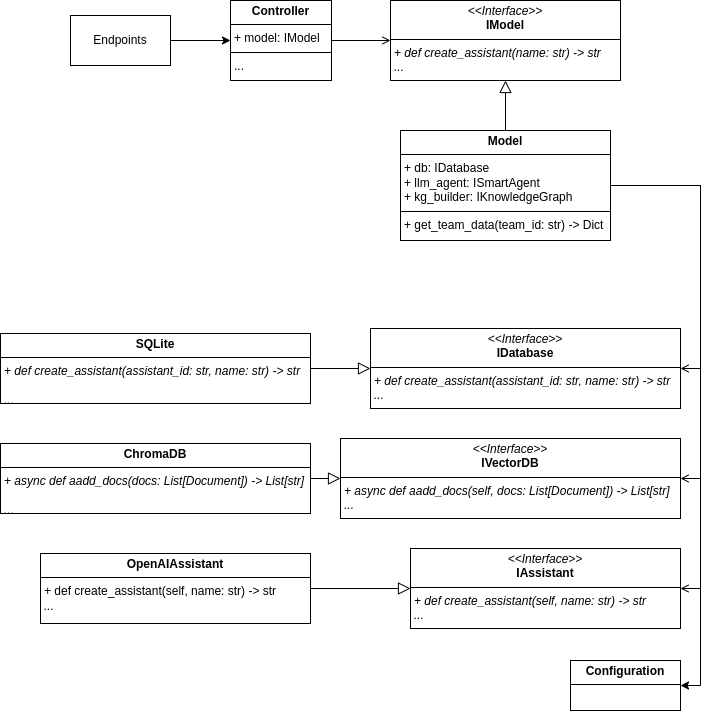
The draw.io diagram GitHub_analyzer_code_struct.png in aakhterov/github-repo-analyzer-assistant, before a commit. Source tidied: cells renumbered, new cells last; positions are measured from the earlier drawing's top-left corner, leaving out a move shared by most shapes. Its diagram source:
```xml
<mxGraphModel>
  <root>
    <mxCell id="0" />
    <mxCell id="1" parent="0" />
    <mxCell id="2" value="&lt;p style=&quot;margin:0px;margin-top:4px;text-align:center;&quot;&gt;&lt;b&gt;Controller&lt;/b&gt;&lt;/p&gt;&lt;hr size=&quot;1&quot; style=&quot;border-style:solid;&quot;&gt;&lt;p style=&quot;margin:0px;margin-left:4px;&quot;&gt;+ model: IModel&lt;/p&gt;&lt;hr size=&quot;1&quot; style=&quot;border-style:solid;&quot;&gt;&lt;p style=&quot;margin:0px;margin-left:4px;&quot;&gt;...&lt;/p&gt;" style="verticalAlign=top;align=left;overflow=fill;html=1;whiteSpace=wrap;" parent="1" vertex="1">
      <mxGeometry x="230" width="101" height="80" as="geometry" />
    </mxCell>
    <mxCell id="3" value="&lt;p style=&quot;margin:0px;margin-top:4px;text-align:center;&quot;&gt;&lt;i&gt;&amp;lt;&amp;lt;Interface&amp;gt;&amp;gt;&lt;/i&gt;&lt;br&gt;&lt;b&gt;IModel&lt;/b&gt;&lt;/p&gt;&lt;hr size=&quot;1&quot; style=&quot;border-style:solid;&quot;&gt;&lt;p style=&quot;margin:0px;margin-left:4px;&quot;&gt;&lt;i&gt;+&amp;nbsp;&lt;/i&gt;&lt;span style=&quot;background-color: transparent;&quot;&gt;&lt;i&gt;def create_assistant(name: str) -&amp;gt; str&lt;/i&gt;&lt;/span&gt;&lt;/p&gt;&lt;p style=&quot;margin:0px;margin-left:4px;&quot;&gt;&lt;i&gt;...&lt;/i&gt;&lt;/p&gt;" style="verticalAlign=top;align=left;overflow=fill;html=1;whiteSpace=wrap;" parent="1" vertex="1">
      <mxGeometry x="390" width="230" height="80" as="geometry" />
    </mxCell>
    <mxCell id="4" style="edgeStyle=orthogonalEdgeStyle;rounded=0;jettySize=auto;html=1;entryX=0.5;entryY=1;entryDx=0;entryDy=0;endArrow=block;endFill=0;endSize=10;exitX=0.5;exitY=0;exitDx=0;exitDy=0;" parent="1" edge="1" source="16" target="3">
      <mxGeometry relative="1" as="geometry" />
    </mxCell>
    <mxCell id="5" value="&lt;p style=&quot;margin:0px;margin-top:4px;text-align:center;&quot;&gt;&lt;i&gt;&amp;lt;&amp;lt;Interface&amp;gt;&amp;gt;&lt;/i&gt;&lt;br&gt;&lt;b&gt;IDatabase&lt;/b&gt;&lt;/p&gt;&lt;hr size=&quot;1&quot; style=&quot;border-style:solid;&quot;&gt;&lt;p style=&quot;margin:0px;margin-left:4px;&quot;&gt;&lt;i&gt;+&amp;nbsp;&lt;/i&gt;&lt;span style=&quot;background-color: transparent;&quot;&gt;&lt;i&gt;def create_assistant(&lt;/i&gt;&lt;/span&gt;&lt;i style=&quot;background-color: transparent; color: light-dark(rgb(0, 0, 0), rgb(255, 255, 255));&quot;&gt;assistant_id: str,&amp;nbsp;&lt;/i&gt;&lt;i style=&quot;background-color: transparent; color: light-dark(rgb(0, 0, 0), rgb(255, 255, 255));&quot;&gt;name: str&lt;/i&gt;&lt;i style=&quot;background-color: transparent; color: light-dark(rgb(0, 0, 0), rgb(255, 255, 255));&quot;&gt;) -&amp;gt; str&lt;/i&gt;&lt;/p&gt;&lt;p style=&quot;margin:0px;margin-left:4px;&quot;&gt;&lt;i&gt;...&lt;/i&gt;&lt;/p&gt;" style="verticalAlign=top;align=left;overflow=fill;html=1;whiteSpace=wrap;" parent="1" vertex="1">
      <mxGeometry x="370" y="328" width="310" height="80" as="geometry" />
    </mxCell>
    <mxCell id="6" value="&lt;p style=&quot;margin:0px;margin-top:4px;text-align:center;&quot;&gt;&lt;b&gt;SQLite&lt;/b&gt;&lt;/p&gt;&lt;hr size=&quot;1&quot; style=&quot;border-style:solid;&quot;&gt;&lt;p style=&quot;margin:0px;margin-left:4px;&quot;&gt;&lt;/p&gt;&lt;p style=&quot;margin: 0px 0px 0px 4px;&quot;&gt;&lt;i&gt;+ def create_assistant(assistant_id: str, name: str) -&amp;gt; str&lt;/i&gt;&lt;/p&gt;&lt;p style=&quot;margin: 0px 0px 0px 4px;&quot;&gt;&lt;i&gt;&lt;br&gt;&lt;/i&gt;&lt;/p&gt;&lt;p style=&quot;margin: 0px 0px 0px 4px;&quot;&gt;&lt;i&gt;...&lt;/i&gt;&lt;/p&gt;" style="verticalAlign=top;align=left;overflow=fill;html=1;whiteSpace=wrap;" parent="1" vertex="1">
      <mxGeometry y="333" width="310" height="70" as="geometry" />
    </mxCell>
    <mxCell id="7" style="edgeStyle=orthogonalEdgeStyle;rounded=0;jettySize=auto;html=1;entryX=0;entryY=0.5;entryDx=0;entryDy=0;endArrow=block;endFill=0;endSize=10;exitX=1;exitY=0.5;exitDx=0;exitDy=0;" parent="1" edge="1" source="6" target="5">
      <mxGeometry relative="1" as="geometry" />
    </mxCell>
    <mxCell id="8" value="&lt;p style=&quot;margin:0px;margin-top:4px;text-align:center;&quot;&gt;&lt;i&gt;&amp;lt;&amp;lt;Interface&amp;gt;&amp;gt;&lt;/i&gt;&lt;br&gt;&lt;b&gt;IVectorDB&lt;/b&gt;&lt;/p&gt;&lt;hr size=&quot;1&quot; style=&quot;border-style:solid;&quot;&gt;&lt;p style=&quot;margin:0px;margin-left:4px;&quot;&gt;&lt;i&gt;+&amp;nbsp;&lt;/i&gt;&lt;span style=&quot;background-color: transparent;&quot;&gt;&lt;i&gt;async def aadd_docs(self, docs: List[Document]) -&amp;gt; List[str]&lt;/i&gt;&lt;/span&gt;&lt;/p&gt;&lt;p style=&quot;margin:0px;margin-left:4px;&quot;&gt;&lt;i&gt;...&lt;/i&gt;&lt;/p&gt;" style="verticalAlign=top;align=left;overflow=fill;html=1;whiteSpace=wrap;" parent="1" vertex="1">
      <mxGeometry x="340" y="438" width="340" height="80" as="geometry" />
    </mxCell>
    <mxCell id="9" value="&lt;p style=&quot;text-align: center; margin: 4px 0px 0px;&quot;&gt;&lt;b&gt;ChromaDB&lt;/b&gt;&lt;/p&gt;&lt;hr size=&quot;1&quot; style=&quot;border-style:solid;&quot;&gt;&lt;p style=&quot;margin:0px;margin-left:4px;&quot;&gt;&lt;/p&gt;&lt;p style=&quot;margin: 0px 0px 0px 4px;&quot;&gt;&lt;i&gt;+ async def aadd_docs(docs: List[Document]) -&amp;gt; List[str]&lt;/i&gt;&lt;/p&gt;&lt;p style=&quot;margin: 0px 0px 0px 4px;&quot;&gt;&lt;i&gt;&lt;br&gt;&lt;/i&gt;&lt;/p&gt;&lt;p style=&quot;margin: 0px 0px 0px 4px;&quot;&gt;&lt;i&gt;...&lt;/i&gt;&lt;/p&gt;" style="verticalAlign=top;align=left;overflow=fill;html=1;whiteSpace=wrap;" parent="1" vertex="1">
      <mxGeometry y="443" width="310" height="70" as="geometry" />
    </mxCell>
    <mxCell id="10" style="edgeStyle=orthogonalEdgeStyle;rounded=0;jettySize=auto;html=1;entryX=0;entryY=0.5;entryDx=0;entryDy=0;endArrow=block;endFill=0;endSize=10;exitX=1;exitY=0.5;exitDx=0;exitDy=0;" parent="1" edge="1" source="9" target="8">
      <mxGeometry relative="1" as="geometry" />
    </mxCell>
    <mxCell id="11" value="&lt;p style=&quot;margin:0px;margin-top:4px;text-align:center;&quot;&gt;&lt;i&gt;&amp;lt;&amp;lt;Interface&amp;gt;&amp;gt;&lt;/i&gt;&lt;br&gt;&lt;b&gt;IAssistant&lt;/b&gt;&lt;/p&gt;&lt;hr size=&quot;1&quot; style=&quot;border-style:solid;&quot;&gt;&lt;p style=&quot;margin:0px;margin-left:4px;&quot;&gt;&lt;i&gt;+&amp;nbsp;&lt;/i&gt;&lt;span style=&quot;background-color: transparent;&quot;&gt;&lt;i&gt;def create_assistant(self, name: str) -&amp;gt; str&lt;/i&gt;&lt;/span&gt;&lt;/p&gt;&lt;p style=&quot;margin:0px;margin-left:4px;&quot;&gt;&lt;i&gt;...&lt;/i&gt;&lt;/p&gt;" style="verticalAlign=top;align=left;overflow=fill;html=1;whiteSpace=wrap;" parent="1" vertex="1">
      <mxGeometry x="410" y="548" width="270" height="80" as="geometry" />
    </mxCell>
    <mxCell id="12" value="&lt;p style=&quot;text-align: center; margin: 4px 0px 0px;&quot;&gt;&lt;b&gt;OpenAIAssistant&lt;/b&gt;&lt;/p&gt;&lt;hr size=&quot;1&quot; style=&quot;border-style:solid;&quot;&gt;&lt;p style=&quot;margin:0px;margin-left:4px;&quot;&gt;&lt;/p&gt;&lt;p style=&quot;margin: 0px 0px 0px 4px;&quot;&gt;&lt;i&gt;+&amp;nbsp;&lt;/i&gt;&lt;span style=&quot;background-color: transparent;&quot;&gt;def create_assistant(self, name: str) -&amp;gt; str&lt;/span&gt;&lt;/p&gt;&lt;p style=&quot;margin: 0px 0px 0px 4px;&quot;&gt;&lt;i&gt;...&lt;/i&gt;&lt;/p&gt;" style="verticalAlign=top;align=left;overflow=fill;html=1;whiteSpace=wrap;" parent="1" vertex="1">
      <mxGeometry x="40" y="553" width="270" height="70" as="geometry" />
    </mxCell>
    <mxCell id="13" style="edgeStyle=orthogonalEdgeStyle;rounded=0;jettySize=auto;html=1;entryX=0;entryY=0.5;entryDx=0;entryDy=0;endArrow=block;endFill=0;endSize=10;exitX=1;exitY=0.5;exitDx=0;exitDy=0;" parent="1" edge="1" source="12" target="11">
      <mxGeometry relative="1" as="geometry" />
    </mxCell>
    <mxCell id="14" style="edgeStyle=orthogonalEdgeStyle;rounded=0;jettySize=auto;html=1;entryX=1;entryY=0.5;entryDx=0;entryDy=0;endArrow=open;endFill=0;exitX=1;exitY=0.5;exitDx=0;exitDy=0;" parent="1" edge="1" source="16" target="5">
      <mxGeometry relative="1" as="geometry" />
    </mxCell>
    <mxCell id="15" style="edgeStyle=orthogonalEdgeStyle;rounded=0;jettySize=auto;html=1;entryX=1;entryY=0.5;entryDx=0;entryDy=0;exitX=1;exitY=0.5;exitDx=0;exitDy=0;" parent="1" edge="1" source="16" target="22">
      <mxGeometry relative="1" as="geometry" />
    </mxCell>
    <mxCell id="16" value="&lt;p style=&quot;margin:0px;margin-top:4px;text-align:center;&quot;&gt;&lt;b&gt;Model&lt;/b&gt;&lt;/p&gt;&lt;hr size=&quot;1&quot; style=&quot;border-style:solid;&quot;&gt;&lt;p style=&quot;margin:0px;margin-left:4px;&quot;&gt;+ db: IDatabase&lt;/p&gt;&lt;p style=&quot;margin:0px;margin-left:4px;&quot;&gt;+ llm_agent: ISmartAgent&lt;/p&gt;&lt;p style=&quot;margin:0px;margin-left:4px;&quot;&gt;+&amp;nbsp;kg_builder:&amp;nbsp;IKnowledgeGraph&lt;/p&gt;&lt;hr size=&quot;1&quot; style=&quot;border-style:solid;&quot;&gt;&lt;p style=&quot;margin:0px;margin-left:4px;&quot;&gt;+ get_team_data(team_id: str) -&amp;gt; Dict&lt;/p&gt;&lt;p style=&quot;margin:0px;margin-left:4px;&quot;&gt;&lt;span style=&quot;background-color: transparent; color: light-dark(rgb(0, 0, 0), rgb(255, 255, 255));&quot;&gt;...&lt;/span&gt;&lt;/p&gt;" style="verticalAlign=top;align=left;overflow=fill;html=1;whiteSpace=wrap;" parent="1" vertex="1">
      <mxGeometry x="400" y="130" width="210" height="110" as="geometry" />
    </mxCell>
    <mxCell id="17" style="edgeStyle=orthogonalEdgeStyle;rounded=0;jettySize=auto;html=1;entryX=0;entryY=0.5;entryDx=0;entryDy=0;endArrow=open;endFill=0;exitX=1;exitY=0.5;exitDx=0;exitDy=0;" parent="1" edge="1" source="2" target="3">
      <mxGeometry relative="1" as="geometry" />
    </mxCell>
    <mxCell id="18" style="edgeStyle=orthogonalEdgeStyle;rounded=0;jettySize=auto;html=1;entryX=1;entryY=0.5;entryDx=0;entryDy=0;endArrow=open;endFill=0;exitX=1;exitY=0.5;exitDx=0;exitDy=0;" parent="1" edge="1" source="16" target="8">
      <mxGeometry relative="1" as="geometry" />
    </mxCell>
    <mxCell id="19" style="edgeStyle=orthogonalEdgeStyle;rounded=0;jettySize=auto;html=1;entryX=1;entryY=0.5;entryDx=0;entryDy=0;endArrow=open;endFill=0;exitX=1;exitY=0.5;exitDx=0;exitDy=0;" parent="1" edge="1" source="16" target="11">
      <mxGeometry relative="1" as="geometry" />
    </mxCell>
    <mxCell id="20" style="edgeStyle=orthogonalEdgeStyle;rounded=0;jettySize=auto;html=1;entryX=0;entryY=0.5;entryDx=0;entryDy=0;" parent="1" edge="1" source="21" target="2">
      <mxGeometry relative="1" as="geometry" />
    </mxCell>
    <mxCell id="21" value="Endpoints" style="rounded=0;whiteSpace=wrap;html=1;" parent="1" vertex="1">
      <mxGeometry x="70" y="15" width="100" height="50" as="geometry" />
    </mxCell>
    <mxCell id="22" value="&lt;p style=&quot;margin:0px;margin-top:4px;text-align:center;&quot;&gt;&lt;b&gt;Configuration&lt;/b&gt;&lt;/p&gt;&lt;hr size=&quot;1&quot; style=&quot;border-style:solid;&quot;&gt;&lt;p style=&quot;margin:0px;margin-left:4px;&quot;&gt;&lt;/p&gt;&lt;p style=&quot;margin:0px;margin-left:4px;&quot;&gt;&lt;br&gt;&lt;/p&gt;" style="verticalAlign=top;align=left;overflow=fill;html=1;whiteSpace=wrap;" parent="1" vertex="1">
      <mxGeometry x="570" y="660" width="110" height="50" as="geometry" />
    </mxCell>
  </root>
</mxGraphModel>
```
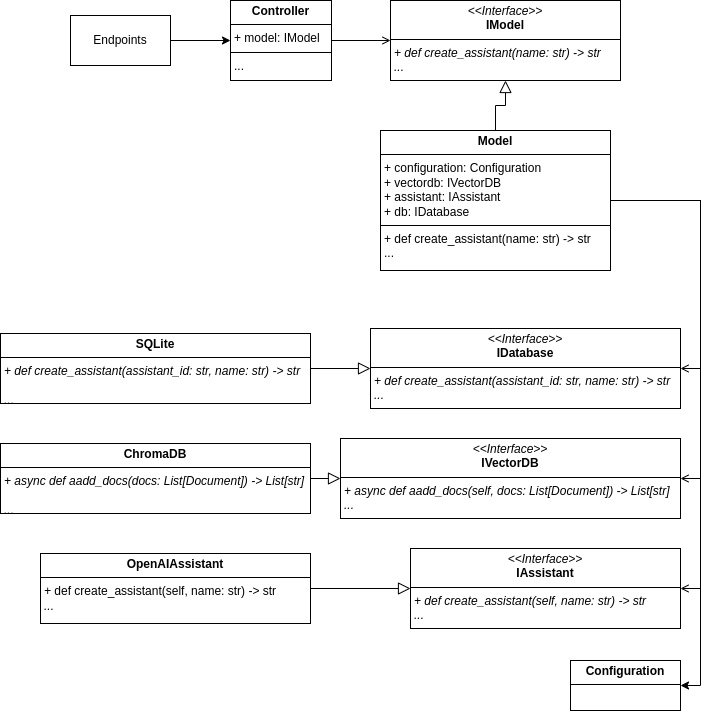
After the commit.

Diff of the diagram source:
```diff
@@ -44,8 +44,8 @@
     <mxCell id="15" style="edgeStyle=orthogonalEdgeStyle;rounded=0;jettySize=auto;html=1;entryX=1;entryY=0.5;entryDx=0;entryDy=0;exitX=1;exitY=0.5;exitDx=0;exitDy=0;" parent="1" edge="1" source="16" target="22">
       <mxGeometry relative="1" as="geometry" />
     </mxCell>
-    <mxCell id="16" value="&lt;p style=&quot;margin:0px;margin-top:4px;text-align:center;&quot;&gt;&lt;b&gt;Model&lt;/b&gt;&lt;/p&gt;&lt;hr size=&quot;1&quot; style=&quot;border-style:solid;&quot;&gt;&lt;p style=&quot;margin:0px;margin-left:4px;&quot;&gt;+ db: IDatabase&lt;/p&gt;&lt;p style=&quot;margin:0px;margin-left:4px;&quot;&gt;+ llm_agent: ISmartAgent&lt;/p&gt;&lt;p style=&quot;margin:0px;margin-left:4px;&quot;&gt;+&amp;nbsp;kg_builder:&amp;nbsp;IKnowledgeGraph&lt;/p&gt;&lt;hr size=&quot;1&quot; style=&quot;border-style:solid;&quot;&gt;&lt;p style=&quot;margin:0px;margin-left:4px;&quot;&gt;+ get_team_data(team_id: str) -&amp;gt; Dict&lt;/p&gt;&lt;p style=&quot;margin:0px;margin-left:4px;&quot;&gt;&lt;span style=&quot;background-color: transparent; color: light-dark(rgb(0, 0, 0), rgb(255, 255, 255));&quot;&gt;...&lt;/span&gt;&lt;/p&gt;" style="verticalAlign=top;align=left;overflow=fill;html=1;whiteSpace=wrap;" parent="1" vertex="1">
-      <mxGeometry x="400" y="130" width="210" height="110" as="geometry" />
+    <mxCell id="16" value="&lt;p style=&quot;margin:0px;margin-top:4px;text-align:center;&quot;&gt;&lt;b&gt;Model&lt;/b&gt;&lt;/p&gt;&lt;hr size=&quot;1&quot; style=&quot;border-style:solid;&quot;&gt;&lt;p style=&quot;margin:0px;margin-left:4px;&quot;&gt;+ configuration: Configuration&lt;/p&gt;&lt;p style=&quot;margin:0px;margin-left:4px;&quot;&gt;+ vectordb: IVectorDB&lt;/p&gt;&lt;p style=&quot;margin:0px;margin-left:4px;&quot;&gt;+ assistant: IAssistant&lt;/p&gt;&lt;p style=&quot;margin:0px;margin-left:4px;&quot;&gt;+ db: IDatabase&lt;/p&gt;&lt;hr size=&quot;1&quot; style=&quot;border-style:solid;&quot;&gt;&lt;p style=&quot;margin:0px;margin-left:4px;&quot;&gt;+ def create_assistant(name: str) -&amp;gt; str&lt;/p&gt;&lt;p style=&quot;margin:0px;margin-left:4px;&quot;&gt;&lt;span style=&quot;background-color: transparent; color: light-dark(rgb(0, 0, 0), rgb(255, 255, 255));&quot;&gt;...&lt;/span&gt;&lt;/p&gt;" style="verticalAlign=top;align=left;overflow=fill;html=1;whiteSpace=wrap;" parent="1" vertex="1">
+      <mxGeometry x="380" y="130" width="230" height="140" as="geometry" />
     </mxCell>
     <mxCell id="17" style="edgeStyle=orthogonalEdgeStyle;rounded=0;jettySize=auto;html=1;entryX=0;entryY=0.5;entryDx=0;entryDy=0;endArrow=open;endFill=0;exitX=1;exitY=0.5;exitDx=0;exitDy=0;" parent="1" edge="1" source="2" target="3">
       <mxGeometry relative="1" as="geometry" />
```
